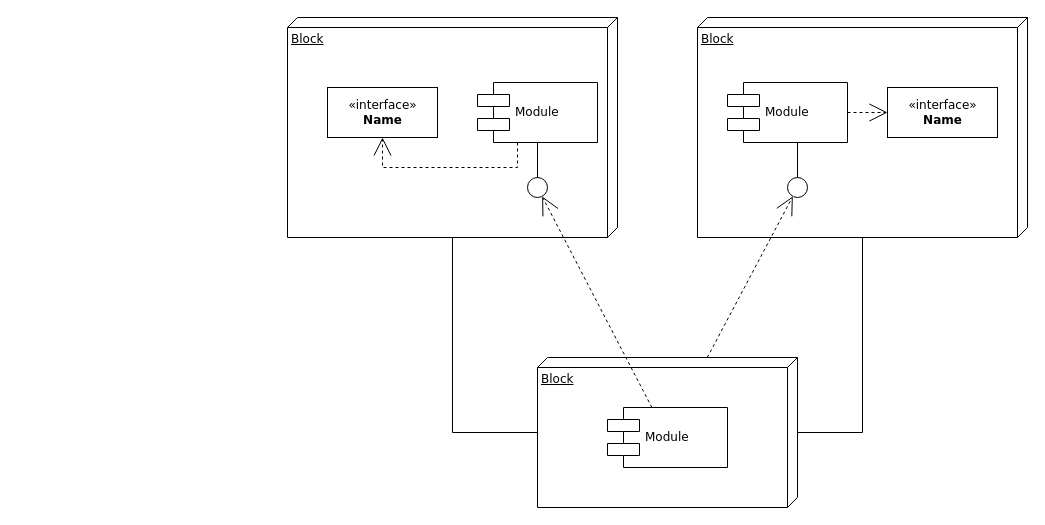
Earlier version of the draw.io diagram ed1_ava1.drawio (ChewieSoft/estrutura_de_dados_1). Source tidied: cells renumbered, new cells numbered last; positions are measured from the earlier drawing's top-left corner, leaving out a move shared by most shapes. Both pictures are drawn from the tidied source at 100%, with x=0, y=0 at pixel (287, 17).
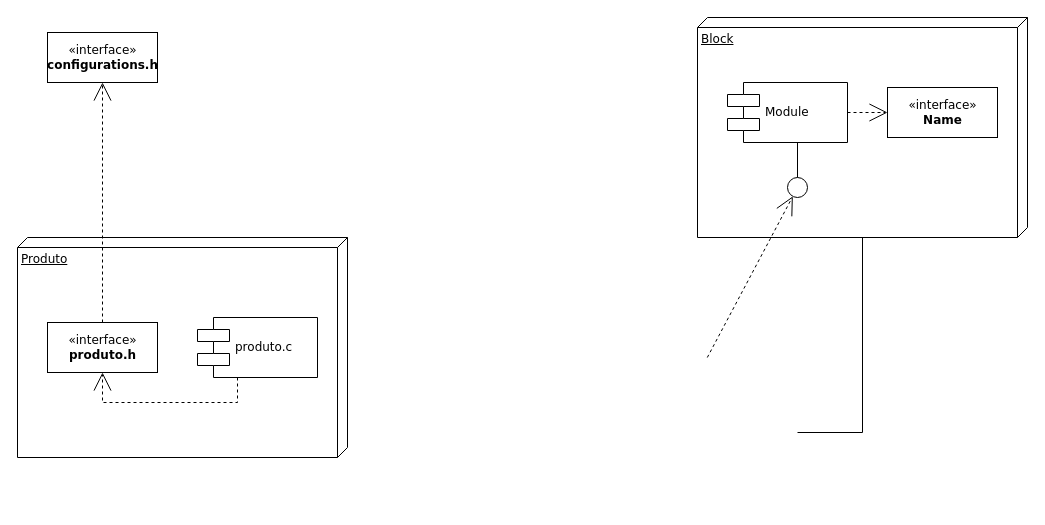
After the change.

The change refers to these unchanged cells:
```xml
<mxCell id="3" value="Block" style="verticalAlign=top;align=left;spacingTop=8;spacingLeft=2;spacingRight=12;shape=cube;size=10;direction=south;fontStyle=4;html=1;rounded=0;shadow=0;comic=0;labelBackgroundColor=none;strokeWidth=1;fontFamily=Verdana;fontSize=12;" parent="1" vertex="1">
  <mxGeometry x="410" width="330" height="220" as="geometry" />
</mxCell>
<mxCell id="10" style="ellipse;whiteSpace=wrap;html=1;rounded=0;shadow=0;comic=0;labelBackgroundColor=none;strokeWidth=1;fontFamily=Verdana;fontSize=12;align=center;" parent="1" vertex="1">
  <mxGeometry x="500" y="160" width="20" height="20" as="geometry" />
</mxCell>
```

The edit, as a diff of the source:
```diff
@@
-    <mxCell id="2" value="Block" style="verticalAlign=top;align=left;spacingTop=8;spacingLeft=2;spacingRight=12;shape=cube;size=10;direction=south;fontStyle=4;html=1;rounded=0;shadow=0;comic=0;labelBackgroundColor=none;strokeWidth=1;fontFamily=Verdana;fontSize=12;" parent="1" vertex="1">
-      <mxGeometry width="330" height="220" as="geometry" />
+    <mxCell id="2" value="Produto" style="verticalAlign=top;align=left;spacingTop=8;spacingLeft=2;spacingRight=12;shape=cube;size=10;direction=south;fontStyle=4;html=1;rounded=0;shadow=0;comic=0;labelBackgroundColor=none;strokeWidth=1;fontFamily=Verdana;fontSize=12;" parent="1" vertex="1">
+      <mxGeometry x="-270" y="220" width="330" height="220" as="geometry" />
     </mxCell>
@@
-    <mxCell id="4" value="Block" style="verticalAlign=top;align=left;spacingTop=8;spacingLeft=2;spacingRight=12;shape=cube;size=10;direction=south;fontStyle=4;html=1;rounded=0;shadow=0;comic=0;labelBackgroundColor=none;strokeWidth=1;fontFamily=Verdana;fontSize=12;" parent="1" vertex="1">
-      <mxGeometry x="250" y="340" width="260" height="150" as="geometry" />
-    </mxCell>
-    <mxCell id="5" value="&amp;laquo;interface&amp;raquo;&lt;br&gt;&lt;b&gt;Name&lt;/b&gt;" style="html=1;rounded=0;shadow=0;comic=0;labelBackgroundColor=none;strokeWidth=1;fontFamily=Verdana;fontSize=12;align=center;" parent="1" vertex="1">
-      <mxGeometry x="40" y="70" width="110" height="50" as="geometry" />
+    <mxCell id="5" value="«interface»&lt;b&gt;&lt;br&gt;produto.h&lt;/b&gt;&lt;br&gt;&lt;b&gt;&lt;/b&gt;" style="html=1;rounded=0;shadow=0;comic=0;labelBackgroundColor=none;strokeWidth=1;fontFamily=Verdana;fontSize=12;align=center;" parent="1" vertex="1">
+      <mxGeometry x="-240" y="305" width="110" height="50" as="geometry" />
     </mxCell>
-    <mxCell id="6" value="Module" style="shape=component;align=left;spacingLeft=36;rounded=0;shadow=0;comic=0;labelBackgroundColor=none;strokeWidth=1;fontFamily=Verdana;fontSize=12;html=1;" parent="1" vertex="1">
-      <mxGeometry x="190" y="65" width="120" height="60" as="geometry" />
+    <mxCell id="6" value="produto.c" style="shape=component;align=left;spacingLeft=36;rounded=0;shadow=0;comic=0;labelBackgroundColor=none;strokeWidth=1;fontFamily=Verdana;fontSize=12;html=1;" parent="1" vertex="1">
+      <mxGeometry x="-90" y="300" width="120" height="60" as="geometry" />
     </mxCell>
-    <mxCell id="7" style="ellipse;whiteSpace=wrap;html=1;rounded=0;shadow=0;comic=0;labelBackgroundColor=none;strokeWidth=1;fontFamily=Verdana;fontSize=12;align=center;" parent="1" vertex="1">
-      <mxGeometry x="240" y="160" width="20" height="20" as="geometry" />
-    </mxCell>
@@
-    <mxCell id="11" value="Module" style="shape=component;align=left;spacingLeft=36;rounded=0;shadow=0;comic=0;labelBackgroundColor=none;strokeWidth=1;fontFamily=Verdana;fontSize=12;html=1;" parent="1" vertex="1">
-      <mxGeometry x="320" y="390" width="120" height="60" as="geometry" />
-    </mxCell>
-    <mxCell id="12" style="edgeStyle=none;rounded=0;html=1;dashed=1;labelBackgroundColor=none;startArrow=none;startFill=0;startSize=8;endArrow=open;endFill=0;endSize=16;fontFamily=Verdana;fontSize=12;" parent="1" edge="1" source="11" target="7">
+    <mxCell id="12" style="edgeStyle=none;rounded=0;html=1;dashed=1;labelBackgroundColor=none;startArrow=none;startFill=0;startSize=8;endArrow=open;endFill=0;endSize=16;fontFamily=Verdana;fontSize=12;exitX=0.5;exitY=0;exitDx=0;exitDy=0;entryX=0.5;entryY=1;entryDx=0;entryDy=0;" parent="1" edge="1" source="5" target="20">
       <mxGeometry relative="1" as="geometry" />
     </mxCell>
-    <mxCell id="13" style="edgeStyle=none;rounded=0;html=1;dashed=1;labelBackgroundColor=none;startArrow=none;startFill=0;startSize=8;endArrow=open;endFill=0;endSize=16;fontFamily=Verdana;fontSize=12;" parent="1" edge="1" source="4" target="10">
-      <mxGeometry relative="1" as="geometry" />
+    <mxCell id="13" style="edgeStyle=none;rounded=0;html=1;dashed=1;labelBackgroundColor=none;startArrow=none;startFill=0;startSize=8;endArrow=open;endFill=0;endSize=16;fontFamily=Verdana;fontSize=12;" parent="1" edge="1" target="10">
+      <mxGeometry relative="1" as="geometry">
+        <mxPoint x="419.8" y="340" as="sourcePoint" />
+      </mxGeometry>
     </mxCell>
@@
-    <mxCell id="15" style="edgeStyle=elbowEdgeStyle;rounded=0;html=1;labelBackgroundColor=none;startArrow=none;startFill=0;startSize=8;endArrow=none;endFill=0;endSize=16;fontFamily=Verdana;fontSize=12;" parent="1" edge="1" source="7" target="6">
-      <mxGeometry relative="1" as="geometry" />
-    </mxCell>
     <mxCell id="16" style="edgeStyle=orthogonalEdgeStyle;rounded=0;html=1;labelBackgroundColor=none;startArrow=none;startFill=0;startSize=8;endArrow=open;endFill=0;endSize=16;fontFamily=Verdana;fontSize=12;dashed=1;" parent="1" edge="1" source="6" target="5">
       <mxGeometry relative="1" as="geometry">
         <Array as="points">
-          <mxPoint x="230" y="150" />
-          <mxPoint x="95" y="150" />
+          <mxPoint x="-50" y="385" />
+          <mxPoint x="-185" y="385" />
         </Array>
       </mxGeometry>
     </mxCell>
@@
-    <mxCell id="18" style="edgeStyle=orthogonalEdgeStyle;rounded=0;html=1;labelBackgroundColor=none;startArrow=none;startFill=0;startSize=8;endArrow=none;endFill=0;endSize=16;fontFamily=Verdana;fontSize=12;" parent="1" edge="1" source="4" target="3">
+    <mxCell id="18" style="edgeStyle=orthogonalEdgeStyle;rounded=0;html=1;labelBackgroundColor=none;startArrow=none;startFill=0;startSize=8;endArrow=none;endFill=0;endSize=16;fontFamily=Verdana;fontSize=12;" parent="1" edge="1" target="3">
       <mxGeometry relative="1" as="geometry">
+        <mxPoint x="510" y="415" as="sourcePoint" />
         <Array as="points">
           <mxPoint x="575" y="415" />
         </Array>
       </mxGeometry>
     </mxCell>
-    <mxCell id="19" style="edgeStyle=orthogonalEdgeStyle;rounded=0;html=1;labelBackgroundColor=none;startArrow=none;startFill=0;startSize=8;endArrow=none;endFill=0;endSize=16;fontFamily=Verdana;fontSize=12;" parent="1" edge="1" source="4" target="2">
-      <mxGeometry relative="1" as="geometry">
-        <Array as="points">
-          <mxPoint x="165" y="415" />
-        </Array>
-      </mxGeometry>
-    </mxCell>
+    <mxCell id="20" value="«interface»&lt;b&gt;&lt;br&gt;configurations.h&lt;/b&gt;" style="html=1;rounded=0;shadow=0;comic=0;labelBackgroundColor=none;strokeWidth=1;fontFamily=Verdana;fontSize=12;align=center;" parent="1" vertex="1">
+      <mxGeometry x="-240" y="15" width="110" height="50" as="geometry" />
+    </mxCell>
```
